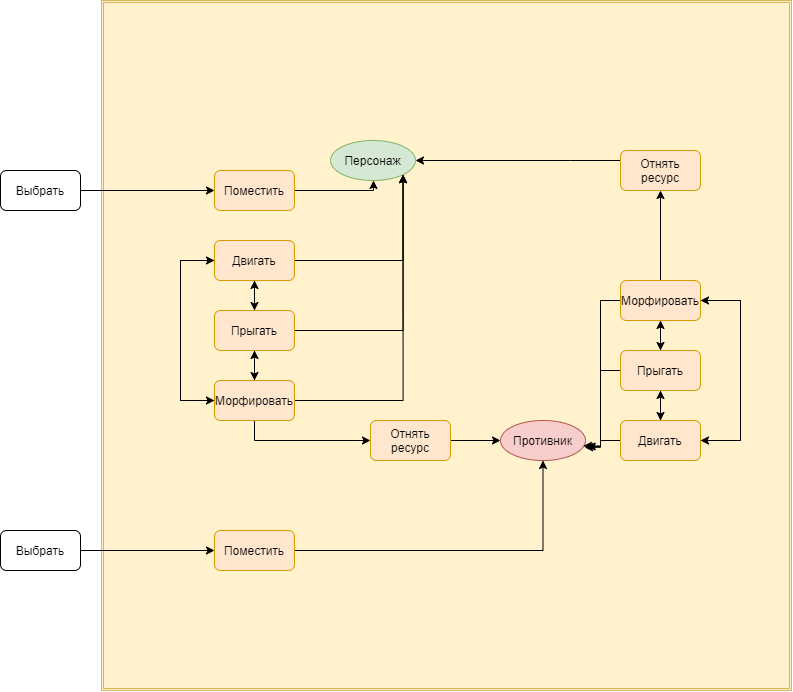
Earlier version of the draw.io export Untitled Diagram.png (jeanko-buzzerBeater/Test). Source tidied: cells renumbered, new cells last; positions are measured from the earlier drawing's top-left corner, leaving out a move shared by most shapes.
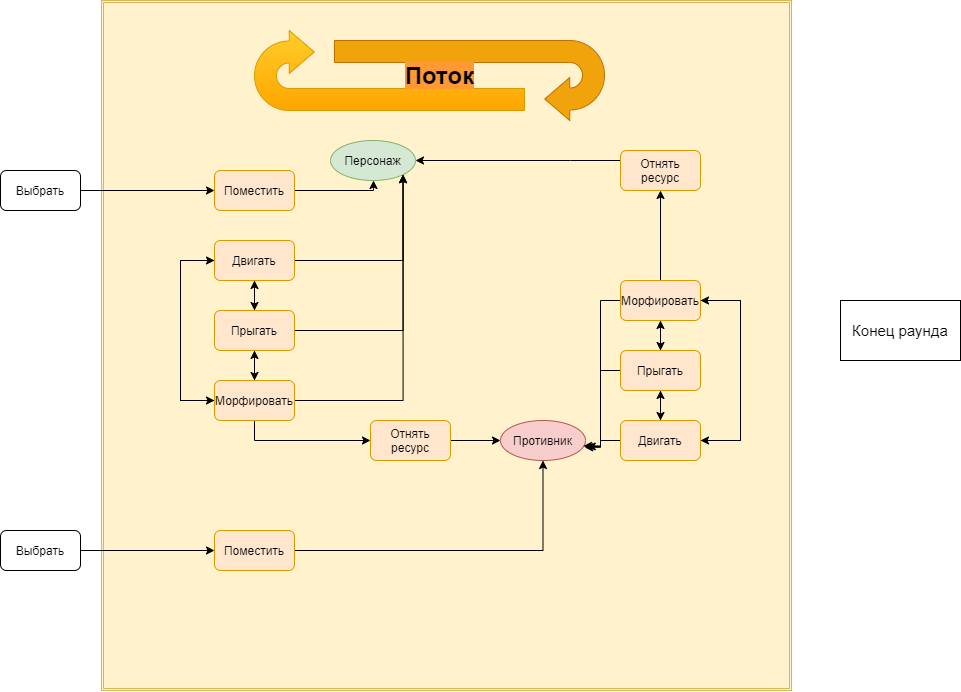
The same file after the commit.

The edit, as a diff of the source:
```diff
@@ -174,5 +174,17 @@
     <mxCell id="43" value="Отнять&lt;br&gt;ресурс" style="rounded=1;whiteSpace=wrap;html=1;fillColor=#ffe6cc;strokeColor=#d79b00;" parent="1" vertex="1">
       <mxGeometry x="620" y="150" width="80" height="40" as="geometry" />
     </mxCell>
+    <mxCell id="44" value="&lt;font style=&quot;font-size: 15px&quot;&gt;Конец раунда&lt;/font&gt;" style="rounded=0;whiteSpace=wrap;html=1;" parent="1" vertex="1">
+      <mxGeometry x="840" y="300" width="120" height="60" as="geometry" />
+    </mxCell>
+    <mxCell id="45" style="html=1;shadow=0;dashed=0;align=center;verticalAlign=middle;shape=mxgraph.arrows2.uTurnArrow;dy=11;arrowHead=43;dx2=25;gradientColor=#ffa500;fillColor=#ffcd28;strokeColor=#d79b00;" parent="1" vertex="1">
+      <mxGeometry x="254" y="30" width="270" height="80" as="geometry" />
+    </mxCell>
+    <mxCell id="46" style="html=1;shadow=0;dashed=0;align=center;verticalAlign=middle;shape=mxgraph.arrows2.uTurnArrow;dy=11;arrowHead=43;dx2=25;rotation=-180;fillColor=#f0a30a;strokeColor=#BD7000;fontColor=#ffffff;" parent="1" vertex="1">
+      <mxGeometry x="334" y="40" width="270" height="80" as="geometry" />
+    </mxCell>
+    <mxCell id="47" value="&lt;h1&gt;&lt;span style=&quot;background-color: rgb(255 , 153 , 51)&quot;&gt;Поток&lt;/span&gt;&lt;/h1&gt;" style="text;html=1;strokeColor=none;fillColor=none;align=center;verticalAlign=middle;whiteSpace=wrap;rounded=0;" parent="1" vertex="1">
+      <mxGeometry x="345" y="60" width="189" height="30" as="geometry" />
+    </mxCell>
   </root>
 </mxGraphModel>
```
